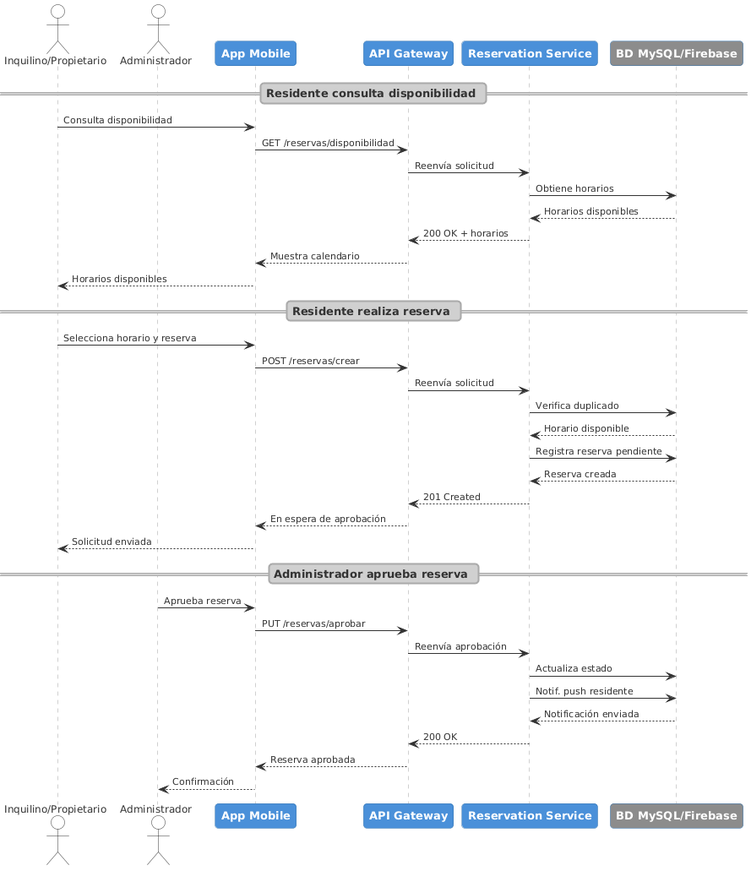
Above: assets/img/secuencia_reservas.png in Condomia/Edifika-report (PlantUML), before the change.
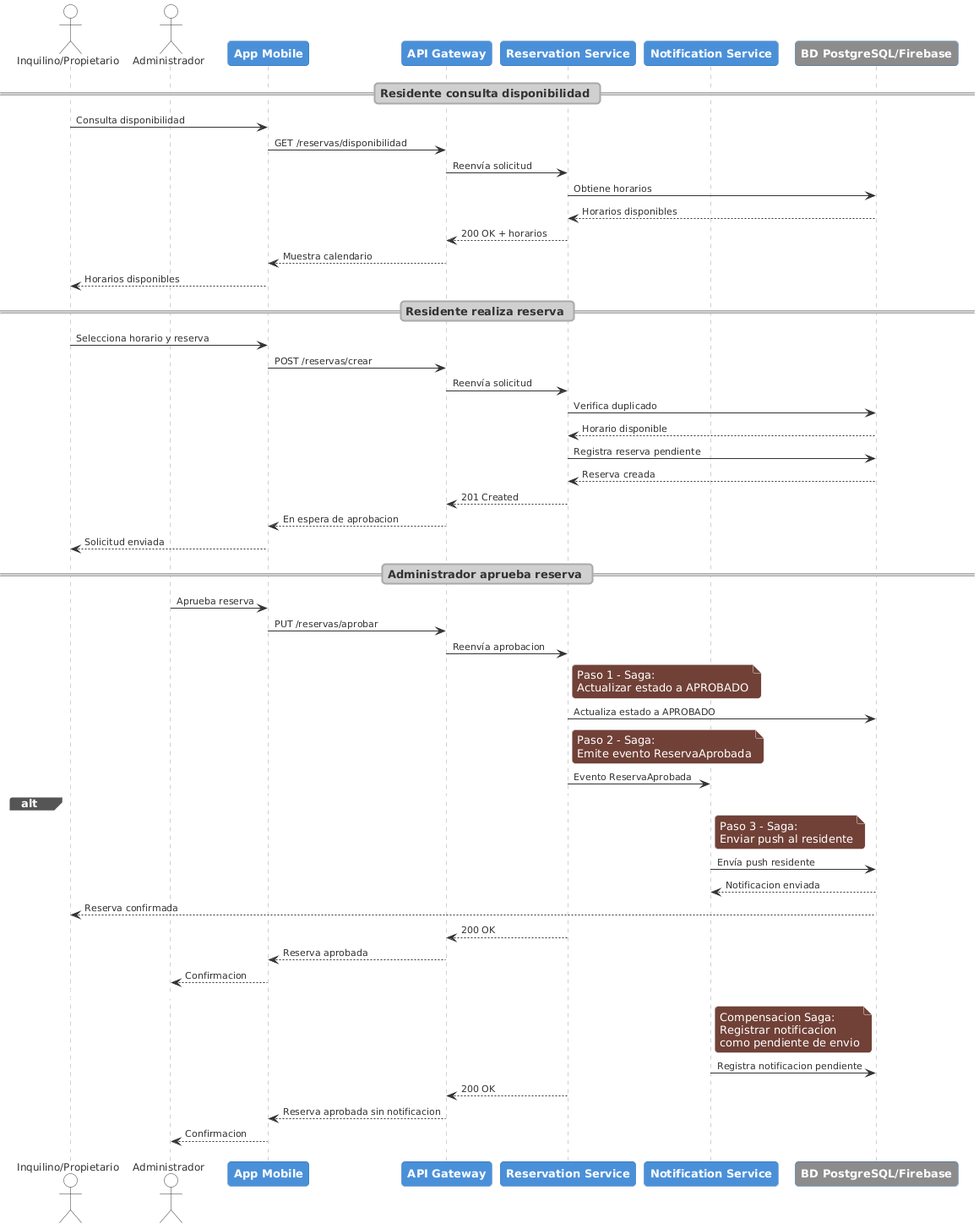
After the commit.

The edit, as a diff of the source:
```diff
@@ -33,7 +33,8 @@
 participant "App Mobile" as App
 participant "API Gateway" as Gateway
 participant "Reservation Service" as Reservas
-participant "BD MySQL/Firebase" as BD #8C8C8C
+participant "Notification Service" as Notif
+participant "BD PostgreSQL/Firebase" as BD #8C8C8C
 
 == Residente consulta disponibilidad ==
 Residente -> App : Consulta disponibilidad
@@ -54,17 +55,49 @@
 Reservas -> BD : Registra reserva pendiente
 BD --> Reservas : Reserva creada
 Reservas --> Gateway : 201 Created
-Gateway --> App : En espera de aprobación
+Gateway --> App : En espera de aprobacion
 App --> Residente : Solicitud enviada
 
 == Administrador aprueba reserva ==
+
+
 Administrador -> App : Aprueba reserva
 App -> Gateway : PUT /reservas/aprobar
-Gateway -> Reservas : Reenvía aprobación
-Reservas -> BD : Actualiza estado
-Reservas -> BD : Notif. push residente
-BD --> Reservas : Notificación enviada
-Reservas --> Gateway : 200 OK
-Gateway --> App : Reserva aprobada
-App --> Administrador : Confirmación
+Gateway -> Reservas : Reenvía aprobacion
+
+note right of Reservas
+  Paso 1 - Saga:
+  Actualizar estado a APROBADO
+end note
+Reservas -> BD : Actualiza estado a APROBADO
+
+note right of Reservas
+  Paso 2 - Saga:
+  Emite evento ReservaAprobada
+end note
+Reservas -> Notif : Evento ReservaAprobada
+
+alt Notificacion enviada exitosamente
+    note right of Notif
+      Paso 3 - Saga:
+      Enviar push al residente
+    end note
+    Notif -> BD : Envía push residente
+    BD --> Notif : Notificacion enviada
+    BD --> Residente : Reserva confirmada
+    Reservas --> Gateway : 200 OK
+    Gateway --> App : Reserva aprobada
+    App --> Administrador : Confirmacion
+
+else Notificacion falla - Accion compensatoria
+    note right of Notif
+      Compensacion Saga:
+      Registrar notificacion
+      como pendiente de envio
+    end note
+    Notif -> BD : Registra notificacion pendiente
+    Reservas --> Gateway : 200 OK
+    Gateway --> App : Reserva aprobada sin notificacion
+    App --> Administrador : Confirmacion
+end
 @enduml
```
